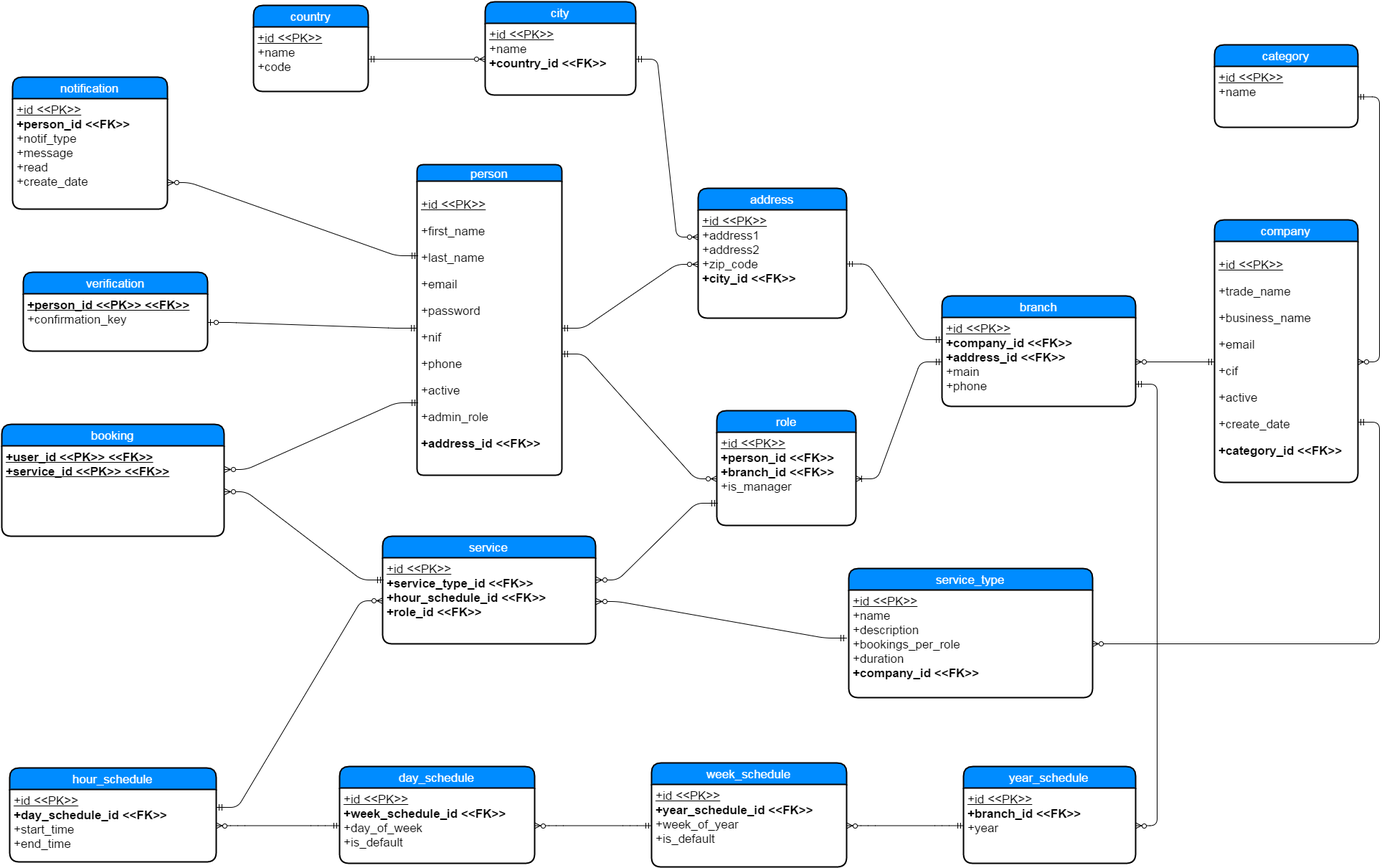
Before: project_documentation/database/Entity Relation Diagram.png, a diagram exported from draw.io (malkomich/busy). Source tidied: cells renumbered, new cells last; positions are measured from the earlier drawing's top-left corner, leaving out a move shared by most shapes.
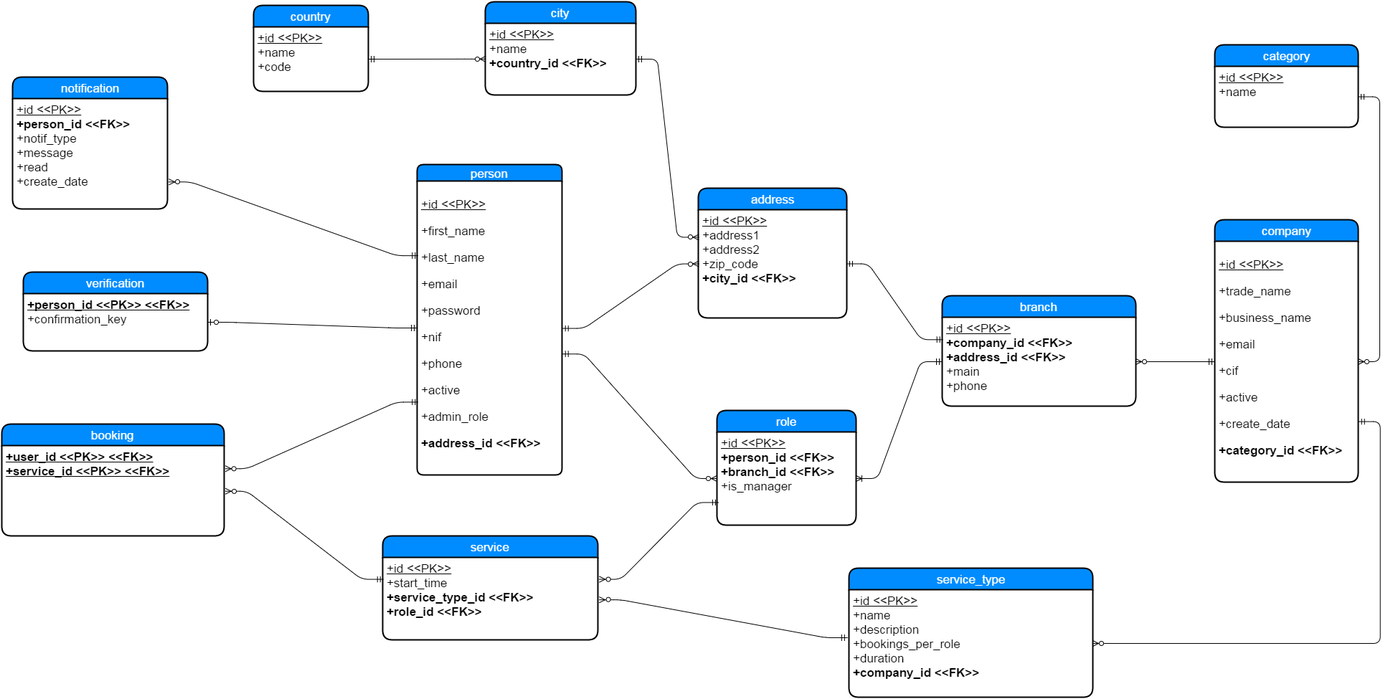
After the commit.

Change to the diagram source:
```diff
@@ -65,18 +65,6 @@
     <mxCell id="22" value="&lt;u&gt;+id &amp;lt;&amp;lt;PK&amp;gt;&amp;gt;&lt;/u&gt;&lt;div&gt;+name&lt;/div&gt;&lt;div&gt;&lt;b&gt;+country_id &amp;lt;&amp;lt;FK&amp;gt;&amp;gt;&lt;/b&gt;&lt;/div&gt;&lt;div&gt;&lt;br&gt;&lt;/div&gt;" style="whiteSpace=wrap;html=1;align=left;strokeColor=none;fillColor=none;spacingLeft=4;fontSize=17;verticalAlign=top;" parent="21" vertex="1">
       <mxGeometry y="30" width="210" height="100" as="geometry" />
     </mxCell>
-    <mxCell id="23" style="edgeStyle=entityRelationEdgeStyle;html=1;endArrow=ERzeroToMany;startArrow=ERmandOne;exitX=1;exitY=0.75;" parent="1" edge="1" source="18" target="52">
-      <mxGeometry relative="1" as="geometry" />
-    </mxCell>
-    <mxCell id="24" style="edgeStyle=entityRelationEdgeStyle;html=1;endArrow=ERzeroToMany;startArrow=ERmandOne;" parent="1" edge="1" source="52" target="50">
-      <mxGeometry relative="1" as="geometry" />
-    </mxCell>
-    <mxCell id="25" style="edgeStyle=entityRelationEdgeStyle;html=1;endArrow=ERzeroToMany;startArrow=ERmandOne;" parent="1" edge="1" source="50" target="48">
-      <mxGeometry relative="1" as="geometry" />
-    </mxCell>
-    <mxCell id="26" style="edgeStyle=entityRelationEdgeStyle;html=1;endArrow=ERzeroToMany;startArrow=ERmandOne;" parent="1" edge="1" source="48" target="33">
-      <mxGeometry relative="1" as="geometry" />
-    </mxCell>
     <mxCell id="27" style="edgeStyle=entityRelationEdgeStyle;html=1;endArrow=ERzeroToMany;startArrow=ERmandOne;exitX=1;exitY=0.25;entryX=0;entryY=0.75;flipH=1;flipV=1;" parent="1" edge="1" source="31" target="4">
       <mxGeometry relative="1" as="geometry" />
     </mxCell>
@@ -92,18 +80,9 @@
     <mxCell id="31" value="&lt;b&gt;&lt;u&gt;+user_id &amp;lt;&amp;lt;PK&amp;gt;&amp;gt; &amp;lt;&amp;lt;FK&amp;gt;&amp;gt;&lt;/u&gt;&lt;/b&gt;&lt;div&gt;&lt;b&gt;&lt;u&gt;+service_id &amp;lt;&amp;lt;PK&amp;gt;&amp;gt; &amp;lt;&amp;lt;FK&amp;gt;&amp;gt;&lt;/u&gt;&lt;/b&gt;&lt;br&gt;&lt;div&gt;&lt;br&gt;&lt;/div&gt;&lt;/div&gt;" style="whiteSpace=wrap;html=1;align=left;strokeColor=none;fillColor=none;spacingLeft=4;fontSize=17;verticalAlign=top;" parent="30" vertex="1">
       <mxGeometry y="30" width="310" height="126" as="geometry" />
     </mxCell>
-    <mxCell id="32" value="hour_schedule" style="swimlane;html=1;horizontal=1;startSize=30;fillColor=#008cff;fontColor=#FFFFFF;rounded=1;fontSize=17;fontStyle=0;strokeWidth=2;shadow=0;dashed=0;align=center;" parent="1" vertex="1">
-      <mxGeometry x="11" y="1068" width="288" height="131" as="geometry" />
-    </mxCell>
-    <mxCell id="33" value="&lt;u&gt;+id &amp;lt;&amp;lt;PK&amp;gt;&amp;gt;&lt;/u&gt;&lt;div&gt;&lt;b&gt;+day_schedule_id &amp;lt;&amp;lt;FK&amp;gt;&amp;gt;&lt;/b&gt;&lt;/div&gt;&lt;div&gt;+start_time&lt;/div&gt;&lt;div&gt;+end_time&lt;/div&gt;" style="whiteSpace=wrap;html=1;align=left;strokeColor=none;fillColor=none;spacingLeft=4;fontSize=17;verticalAlign=top;" parent="32" vertex="1">
-      <mxGeometry y="30" width="288" height="101" as="geometry" />
-    </mxCell>
     <mxCell id="34" style="edgeStyle=entityRelationEdgeStyle;html=1;endArrow=ERzeroToMany;startArrow=ERmandOne;exitX=1;exitY=0.75;entryX=0;entryY=0.25;flipH=1;flipV=1;" parent="1" edge="1" source="29" target="4">
       <mxGeometry relative="1" as="geometry" />
     </mxCell>
-    <mxCell id="35" style="edgeStyle=entityRelationEdgeStyle;html=1;endArrow=ERzeroToMany;startArrow=ERmandOne;shadow=0;strokeColor=#000000;exitX=1;exitY=0.25;entryX=0;entryY=0.5;flipH=0;flipV=0;" parent="1" edge="1" source="33" target="46">
-      <mxGeometry relative="1" as="geometry" />
-    </mxCell>
     <mxCell id="36" style="edgeStyle=entityRelationEdgeStyle;html=1;endArrow=ERzeroToMany;startArrow=ERmandOne;shadow=0;strokeColor=#000000;exitX=1;exitY=0.75;" parent="1" edge="1" source="16" target="54">
       <mxGeometry relative="1" as="geometry" />
     </mxCell>
@@ -132,29 +111,11 @@
       <mxGeometry relative="1" as="geometry" />
     </mxCell>
     <mxCell id="45" value="service" style="swimlane;html=1;horizontal=1;startSize=30;fillColor=#008cff;fontColor=#FFFFFF;rounded=1;fontSize=17;fontStyle=0;strokeWidth=2;shadow=0;dashed=0;align=center;" parent="1" vertex="1">
-      <mxGeometry x="531" y="745" width="297" height="150" as="geometry" />
+      <mxGeometry x="531" y="745" width="300" height="145" as="geometry" />
     </mxCell>
-    <mxCell id="46" value="&lt;u&gt;+id &amp;lt;&amp;lt;PK&amp;gt;&amp;gt;&lt;/u&gt;&lt;div&gt;&lt;b&gt;+service_type_id &amp;lt;&amp;lt;FK&amp;gt;&amp;gt;&lt;/b&gt;&lt;/div&gt;&lt;div&gt;&lt;b&gt;+hour_schedule_id &amp;lt;&amp;lt;FK&amp;gt;&amp;gt;&lt;/b&gt;&lt;/div&gt;&lt;div&gt;&lt;b&gt;+role_id &amp;lt;&amp;lt;FK&amp;gt;&amp;gt;&lt;/b&gt;&lt;/div&gt;" style="whiteSpace=wrap;html=1;align=left;strokeColor=none;fillColor=none;spacingLeft=4;fontSize=17;verticalAlign=top;" parent="45" vertex="1">
-      <mxGeometry y="30" width="297" height="120" as="geometry" />
+    <mxCell id="46" value="&lt;u&gt;+id &amp;lt;&amp;lt;PK&amp;gt;&amp;gt;&lt;/u&gt;&lt;div&gt;+start_time&lt;br&gt;&lt;div&gt;&lt;b&gt;+service_type_id &amp;lt;&amp;lt;FK&amp;gt;&amp;gt;&lt;/b&gt;&lt;/div&gt;&lt;div&gt;&lt;b&gt;+role_id &amp;lt;&amp;lt;FK&amp;gt;&amp;gt;&lt;/b&gt;&lt;/div&gt;&lt;/div&gt;" style="whiteSpace=wrap;html=1;align=left;strokeColor=none;fillColor=none;spacingLeft=4;fontSize=17;verticalAlign=top;" parent="45" vertex="1">
+      <mxGeometry y="30" width="300" height="115" as="geometry" />
     </mxCell>
-    <mxCell id="47" value="day_schedule" style="swimlane;html=1;horizontal=1;startSize=30;fillColor=#008cff;fontColor=#FFFFFF;rounded=1;fontSize=17;fontStyle=0;strokeWidth=2;shadow=0;dashed=0;align=center;" parent="1" vertex="1">
-      <mxGeometry x="471" y="1066" width="272" height="135" as="geometry" />
-    </mxCell>
-    <mxCell id="48" value="&lt;u&gt;+id &amp;lt;&amp;lt;PK&amp;gt;&amp;gt;&lt;/u&gt;&lt;div&gt;&lt;b&gt;+week_schedule_id &amp;lt;&amp;lt;FK&amp;gt;&amp;gt;&lt;/b&gt;&lt;/div&gt;&lt;div&gt;+day_of_week&lt;/div&gt;&lt;div&gt;+is_default&lt;/div&gt;" style="whiteSpace=wrap;html=1;align=left;strokeColor=none;fillColor=none;spacingLeft=4;fontSize=17;verticalAlign=top;" parent="47" vertex="1">
-      <mxGeometry y="30" width="272" height="105" as="geometry" />
-    </mxCell>
-    <mxCell id="49" value="week_schedule" style="swimlane;html=1;horizontal=1;startSize=30;fillColor=#008cff;fontColor=#FFFFFF;rounded=1;fontSize=17;fontStyle=0;strokeWidth=2;shadow=0;dashed=0;align=center;" parent="1" vertex="1">
-      <mxGeometry x="906" y="1061" width="272" height="145" as="geometry" />
-    </mxCell>
-    <mxCell id="50" value="&lt;u&gt;+id &amp;lt;&amp;lt;PK&amp;gt;&amp;gt;&lt;/u&gt;&lt;div&gt;&lt;b&gt;+year_schedule_id &amp;lt;&amp;lt;FK&amp;gt;&amp;gt;&lt;/b&gt;&lt;/div&gt;&lt;div&gt;+week_of_year&lt;/div&gt;&lt;div&gt;+is_default&lt;/div&gt;" style="whiteSpace=wrap;html=1;align=left;strokeColor=none;fillColor=none;spacingLeft=4;fontSize=17;verticalAlign=top;" parent="49" vertex="1">
-      <mxGeometry y="30" width="272" height="115" as="geometry" />
-    </mxCell>
-    <mxCell id="51" value="year_schedule" style="swimlane;html=1;horizontal=1;startSize=30;fillColor=#008cff;fontColor=#FFFFFF;rounded=1;fontSize=17;fontStyle=0;strokeWidth=2;shadow=0;dashed=0;align=center;" parent="1" vertex="1">
-      <mxGeometry x="1341" y="1066" width="240" height="135" as="geometry" />
-    </mxCell>
-    <mxCell id="52" value="&lt;u&gt;+id &amp;lt;&amp;lt;PK&amp;gt;&amp;gt;&lt;/u&gt;&lt;div&gt;&lt;b&gt;+branch_id &amp;lt;&amp;lt;FK&amp;gt;&amp;gt;&lt;/b&gt;&lt;/div&gt;&lt;div&gt;+year&lt;/div&gt;" style="whiteSpace=wrap;html=1;align=left;strokeColor=none;fillColor=none;spacingLeft=4;fontSize=17;verticalAlign=top;" parent="51" vertex="1">
-      <mxGeometry y="30" width="240" height="105" as="geometry" />
-    </mxCell>
     <mxCell id="53" value="service_type" style="swimlane;html=1;horizontal=1;startSize=30;fillColor=#008cff;fontColor=#FFFFFF;rounded=1;fontSize=17;fontStyle=0;strokeWidth=2;shadow=0;dashed=0;align=center;" parent="1" vertex="1">
       <mxGeometry x="1181" y="790" width="340" height="180" as="geometry" />
     </mxCell>
```
